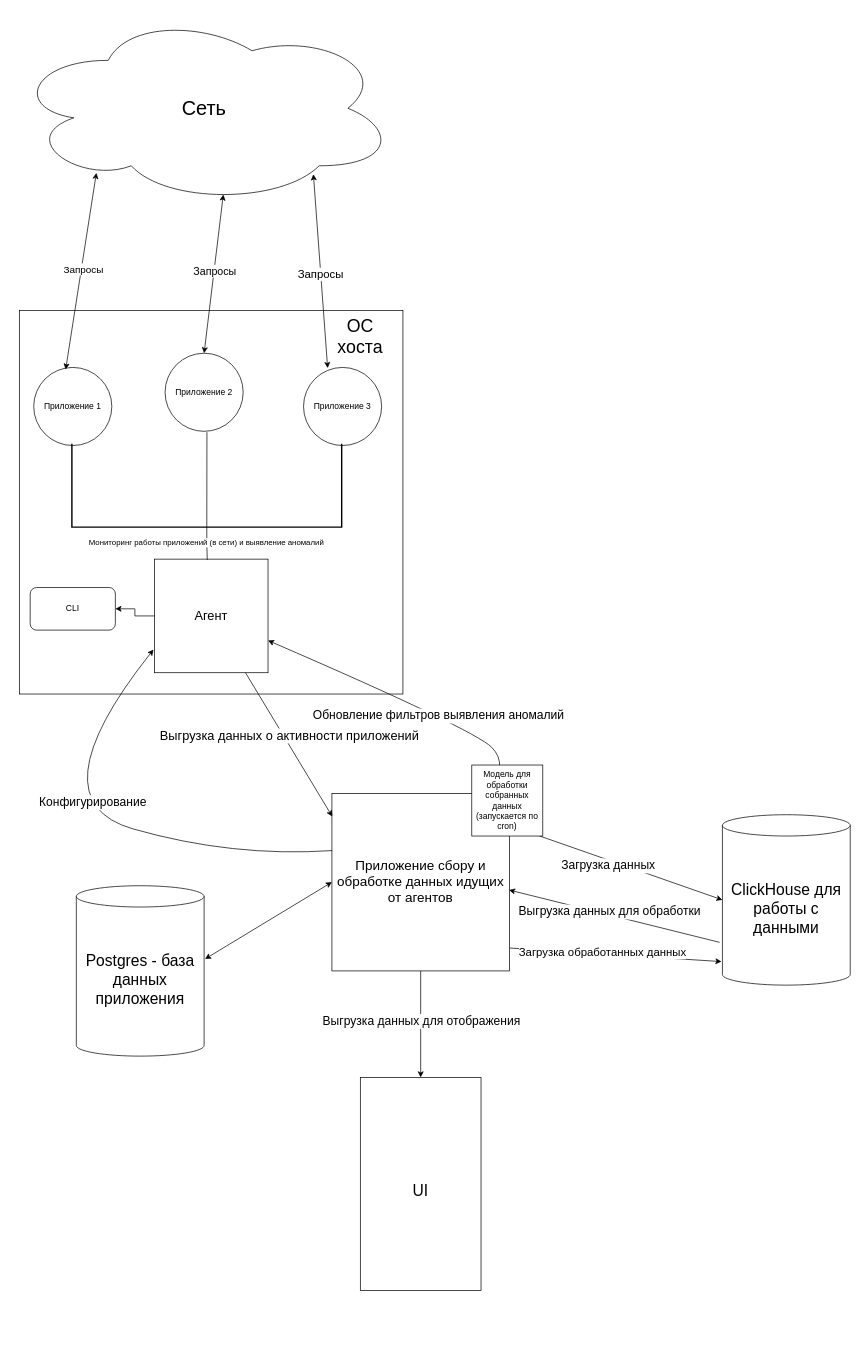
Above: project-description/diagrams/acrh.drawio in 517ANT39/search-and-detection-botnets (draw.io), before the change. Source tidied: cells renumbered, new cells numbered last; positions are measured from the earlier drawing's top-left corner, leaving out a move shared by most shapes. Both pictures are drawn from the tidied source at 71%, with x=0, y=0 at pixel (12, 12).
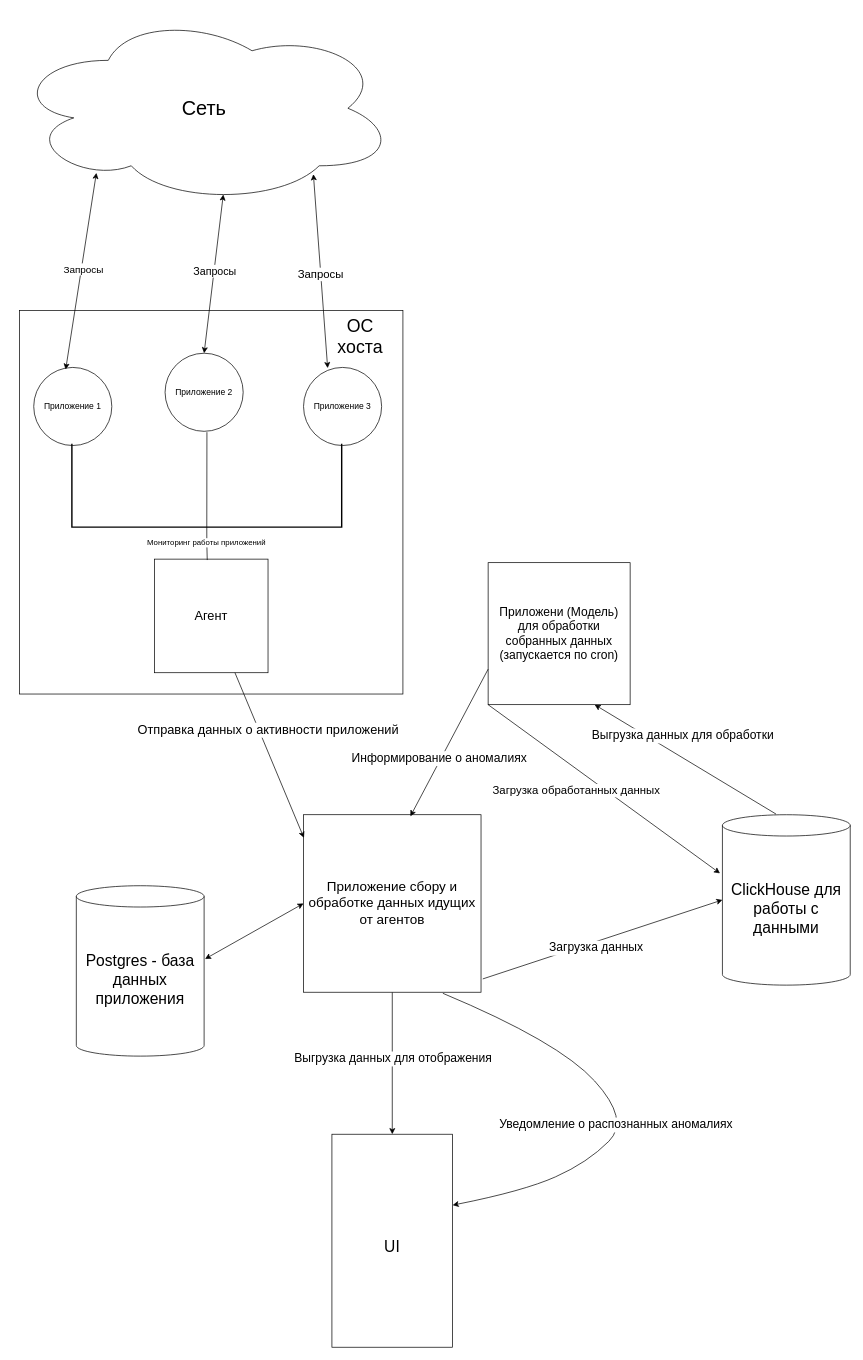
The same diagram, later.

Commit message:
[docs]: Выполнил дополнительную декомпозицию сервисов приложения, убрал лишние функции

The change refers to these unchanged cells:
```xml
<mxCell id="7" value="&lt;font style=&quot;border-color: var(--border-color); font-size: 18px;&quot;&gt;Агент&lt;/font&gt;" style="whiteSpace=wrap;html=1;" parent="1" vertex="1">
  <mxGeometry x="200" y="770" width="160" height="160" as="geometry" />
</mxCell>
<mxCell id="17" style="edgeStyle=orthogonalEdgeStyle;rounded=0;jettySize=auto;html=1;exitX=0;exitY=0.5;exitDx=0;exitDy=0;exitPerimeter=0;entryX=0.465;entryY=0.008;entryDx=0;entryDy=0;entryPerimeter=0;endArrow=none;endFill=0;" parent="1" edge="1" source="15" target="7">
  <mxGeometry relative="1" as="geometry" />
</mxCell>
<mxCell id="19" value="&lt;font style=&quot;font-size: 22px;&quot;&gt;ClickHouse для работы с данными&lt;/font&gt;" style="shape=cylinder3;whiteSpace=wrap;html=1;boundedLbl=1;backgroundOutline=1;size=15;" parent="1" vertex="1">
  <mxGeometry x="1000" y="1130" width="180" height="240" as="geometry" />
</mxCell>
<mxCell id="24" style="rounded=0;whiteSpace=wrap;html=1;rotation=90;" parent="23" vertex="1">
  <mxGeometry x="-65" y="65" width="300" height="170" as="geometry" />
</mxCell>
<mxCell id="26" style="endArrow=classic;html=1;rounded=0;entryX=0.002;entryY=0.13;entryDx=0;entryDy=0;entryPerimeter=0;" parent="1" edge="1" source="7" target="22">
  <mxGeometry relative="1" as="geometry" />
</mxCell>
```

Change to the diagram source:
```diff
@@
-    <mxCell id="18" value="Мониторинг работы приложений (в сети) и выявление аномалий" style="edgeLabel;html=1;align=center;verticalAlign=middle;" parent="17" vertex="1">
+    <mxCell id="18" value="Мониторинг работы приложений" style="edgeLabel;html=1;align=center;verticalAlign=middle;" parent="17" vertex="1">
       <mxGeometry x="-0.07" y="-1" relative="1" as="geometry" />
     </mxCell>
@@
     <mxCell id="22" value="&lt;font style=&quot;font-size: 19px;&quot;&gt;Приложение сбору и обработке данных идущих от агентов&lt;/font&gt;" style="whiteSpace=wrap;html=1;" parent="1" vertex="1">
-      <mxGeometry x="450" y="1100" width="250" height="250" as="geometry" />
+      <mxGeometry x="410" y="1130" width="250" height="250" as="geometry" />
     </mxCell>
     <mxCell id="23" style="group;" parent="1" vertex="1">
-      <mxGeometry x="490" y="1500" width="170" height="300" as="geometry" />
+      <mxGeometry x="450" y="1580" width="170" height="300" as="geometry" />
     </mxCell>
@@
-    <mxCell id="27" value="&lt;font style=&quot;font-size: 18px;&quot;&gt;Выгрузка данных о активности приложений&lt;/font&gt;" style="edgeLabel;html=1;align=center;verticalAlign=middle;fontSize=18;" parent="26" vertex="1">
+    <mxCell id="27" value="&lt;font style=&quot;font-size: 18px;&quot;&gt;Отправка данных о активности приложений&lt;/font&gt;" style="edgeLabel;html=1;align=center;verticalAlign=middle;fontSize=18;" parent="26" vertex="1">
       <mxGeometry x="-0.13" relative="1" as="geometry">
-        <mxPoint x="8" as="offset" />
+        <mxPoint x="4" y="-21" as="offset" />
       </mxGeometry>
     </mxCell>
-    <mxCell id="28" style="endArrow=classic;html=1;rounded=0;entryX=0;entryY=0.5;entryDx=0;entryDy=0;entryPerimeter=0;exitX=1.008;exitY=0.183;exitDx=0;exitDy=0;exitPerimeter=0;" parent="1" edge="1" source="22" target="19">
+    <mxCell id="28" style="endArrow=classic;html=1;rounded=0;entryX=0;entryY=0.5;entryDx=0;entryDy=0;entryPerimeter=0;exitX=1.01;exitY=0.925;exitDx=0;exitDy=0;exitPerimeter=0;" parent="1" edge="1" source="22" target="19">
       <mxGeometry relative="1" as="geometry" />
     </mxCell>
@@
-    <mxCell id="30" value="CLI" style="rounded=1;whiteSpace=wrap;html=1;" parent="1" vertex="1">
-      <mxGeometry x="25" y="810" width="120" height="60" as="geometry" />
-    </mxCell>
-    <mxCell id="31" style="edgeStyle=orthogonalEdgeStyle;rounded=0;jettySize=auto;html=1;entryX=1;entryY=0.5;entryDx=0;entryDy=0;exitX=0;exitY=0.5;exitDx=0;exitDy=0;" parent="1" edge="1" source="7" target="30">
-      <mxGeometry relative="1" as="geometry" />
-    </mxCell>
-    <mxCell id="32" style="curved=1;endArrow=classic;html=1;rounded=0;" parent="1" edge="1" source="22" target="7">
-      <mxGeometry relative="1" as="geometry">
-        <Array as="points">
-          <mxPoint x="700" y="1060" />
-          <mxPoint x="650" y="1010" />
-        </Array>
-      </mxGeometry>
-    </mxCell>
-    <mxCell id="33" value="&lt;font style=&quot;font-size: 17px;&quot;&gt;Обновление фильтров выявления аномалий&lt;/font&gt;" style="edgeLabel;html=1;align=center;verticalAlign=middle;" parent="32" vertex="1">
-      <mxGeometry x="-0.2" y="3" relative="1" as="geometry">
-        <mxPoint y="-1" as="offset" />
-      </mxGeometry>
-    </mxCell>
-    <mxCell id="34" style="endArrow=classic;html=1;rounded=0;entryX=0.998;entryY=0.544;entryDx=0;entryDy=0;entryPerimeter=0;exitX=-0.022;exitY=0.749;exitDx=0;exitDy=0;exitPerimeter=0;" parent="1" edge="1" source="19" target="22">
+    <mxCell id="34" style="endArrow=classic;html=1;rounded=0;entryX=0.75;entryY=1;entryDx=0;entryDy=0;exitX=0.419;exitY=-0.004;exitDx=0;exitDy=0;exitPerimeter=0;" parent="1" edge="1" source="19" target="40">
       <mxGeometry relative="1" as="geometry" />
     </mxCell>
     <mxCell id="35" value="&lt;font style=&quot;font-size: 17px;&quot;&gt;Выгрузка данных для обработки&lt;/font&gt;" style="edgeLabel;html=1;align=center;verticalAlign=middle;" parent="34" vertex="1">
       <mxGeometry x="0.24" y="2" relative="1" as="geometry">
-        <mxPoint x="28" as="offset" />
+        <mxPoint x="28" y="-17" as="offset" />
       </mxGeometry>
     </mxCell>
-    <mxCell id="36" style="endArrow=classic;html=1;rounded=0;entryX=-0.007;entryY=0.862;entryDx=0;entryDy=0;entryPerimeter=0;exitX=1.002;exitY=0.871;exitDx=0;exitDy=0;exitPerimeter=0;" parent="1" edge="1" source="22" target="19">
-      <mxGeometry relative="1" as="geometry" />
-    </mxCell>
-    <mxCell id="37" value="&lt;font style=&quot;font-size: 16px;&quot;&gt;Загрузка обработанных данных&lt;/font&gt;" style="edgeLabel;html=1;align=center;verticalAlign=middle;" parent="36" vertex="1">
-      <mxGeometry x="-0.38" relative="1" as="geometry">
-        <mxPoint x="37" as="offset" />
-      </mxGeometry>
-    </mxCell>
@@
-    <mxCell id="40" value="Модель для обработки собранных данных (запускается по cron)" style="whiteSpace=wrap;html=1;" parent="1" vertex="1">
-      <mxGeometry x="647" y="1060" width="100" height="100" as="geometry" />
+    <mxCell id="40" value="&lt;font style=&quot;font-size: 17px;&quot;&gt;Приложени (Модель) для обработки собранных данных (запускается по cron)&lt;/font&gt;" style="whiteSpace=wrap;html=1;" parent="1" vertex="1">
+      <mxGeometry x="670" y="775" width="200" height="200" as="geometry" />
     </mxCell>
-    <mxCell id="41" style="curved=1;endArrow=classic;html=1;rounded=0;exitX=0.001;exitY=0.322;exitDx=0;exitDy=0;exitPerimeter=0;entryX=-0.008;entryY=0.796;entryDx=0;entryDy=0;entryPerimeter=0;" parent="1" edge="1" source="22" target="7">
-      <mxGeometry relative="1" as="geometry">
-        <Array as="points">
-          <mxPoint x="310" y="1190" />
-          <mxPoint x="30" y="1110" />
-        </Array>
-      </mxGeometry>
-    </mxCell>
-    <mxCell id="42" value="&lt;font style=&quot;font-size: 17px;&quot;&gt;Конфигурирование&lt;/font&gt;" style="edgeLabel;html=1;align=center;verticalAlign=middle;" parent="41" vertex="1">
-      <mxGeometry y="-20" relative="1" as="geometry" />
+    <mxCell id="42" style="endArrow=classic;html=1;rounded=0;entryX=-0.019;entryY=0.344;entryDx=0;entryDy=0;entryPerimeter=0;exitX=0;exitY=1;exitDx=0;exitDy=0;" parent="1" edge="1" source="40" target="19">
+      <mxGeometry relative="1" as="geometry" />
     </mxCell>
+    <mxCell id="37" value="&lt;font style=&quot;font-size: 16px;&quot;&gt;Загрузка обработанных данных&lt;/font&gt;" style="edgeLabel;html=1;align=center;verticalAlign=middle;" parent="42" vertex="1">
+      <mxGeometry x="-0.38" relative="1" as="geometry">
+        <mxPoint x="22" y="47" as="offset" />
+      </mxGeometry>
+    </mxCell>
+    <mxCell id="43" style="endArrow=classic;html=1;rounded=0;exitX=0;exitY=0.75;exitDx=0;exitDy=0;entryX=0.602;entryY=0.009;entryDx=0;entryDy=0;entryPerimeter=0;" parent="1" edge="1" source="40" target="22">
+      <mxGeometry relative="1" as="geometry" />
+    </mxCell>
+    <mxCell id="44" value="&lt;font style=&quot;font-size: 17px;&quot;&gt;Информирование о аномалиях&lt;/font&gt;" style="edgeLabel;html=1;align=center;verticalAlign=middle;" parent="43" vertex="1">
+      <mxGeometry x="0.05" y="1" relative="1" as="geometry">
+        <mxPoint x="-13" y="16" as="offset" />
+      </mxGeometry>
+    </mxCell>
+    <mxCell id="45" style="curved=1;endArrow=classic;html=1;rounded=0;exitX=0.785;exitY=1.006;exitDx=0;exitDy=0;exitPerimeter=0;entryX=0.333;entryY=0;entryDx=0;entryDy=0;entryPerimeter=0;" parent="1" edge="1" source="22" target="24">
+      <mxGeometry relative="1" as="geometry">
+        <Array as="points">
+          <mxPoint x="770" y="1450" />
+          <mxPoint x="870" y="1560" />
+          <mxPoint x="810" y="1620" />
+          <mxPoint x="720" y="1660" />
+        </Array>
+      </mxGeometry>
+    </mxCell>
+    <mxCell id="46" value="&lt;font style=&quot;font-size: 17px;&quot;&gt;Уведомление о распознанных аномалиях&lt;/font&gt;" style="edgeLabel;html=1;align=center;verticalAlign=middle;" parent="45" vertex="1">
+      <mxGeometry x="0.13" y="-10" relative="1" as="geometry" />
+    </mxCell>
```
